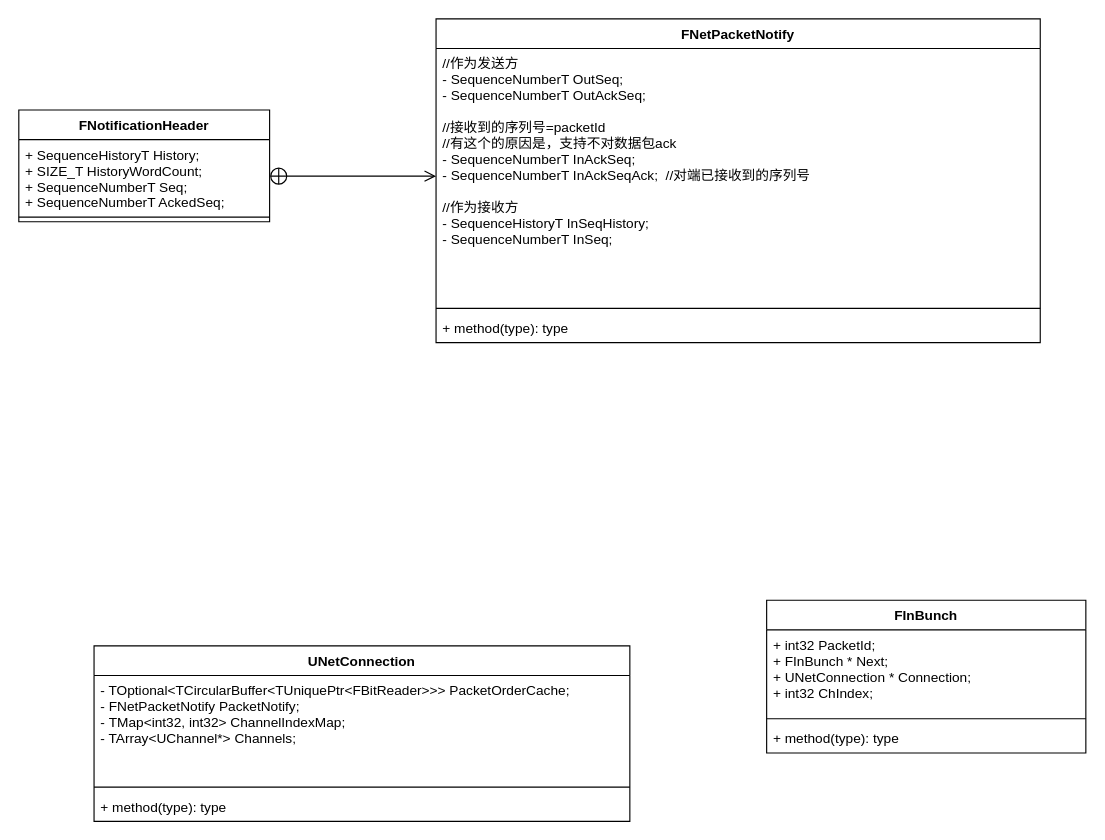
The draw.io diagram page "第 1 页" (1 of 3) of UE4Networking.drawio in jialin0x7c9/UE4NetworkingGraph, before the edit. Source tidied: cells renumbered, new cells numbered last; positions are measured from the earlier drawing's top-left corner, leaving out a move shared by most shapes. Both pictures are drawn from the tidied source at 114%, with x=0, y=0 at pixel (18, 18).
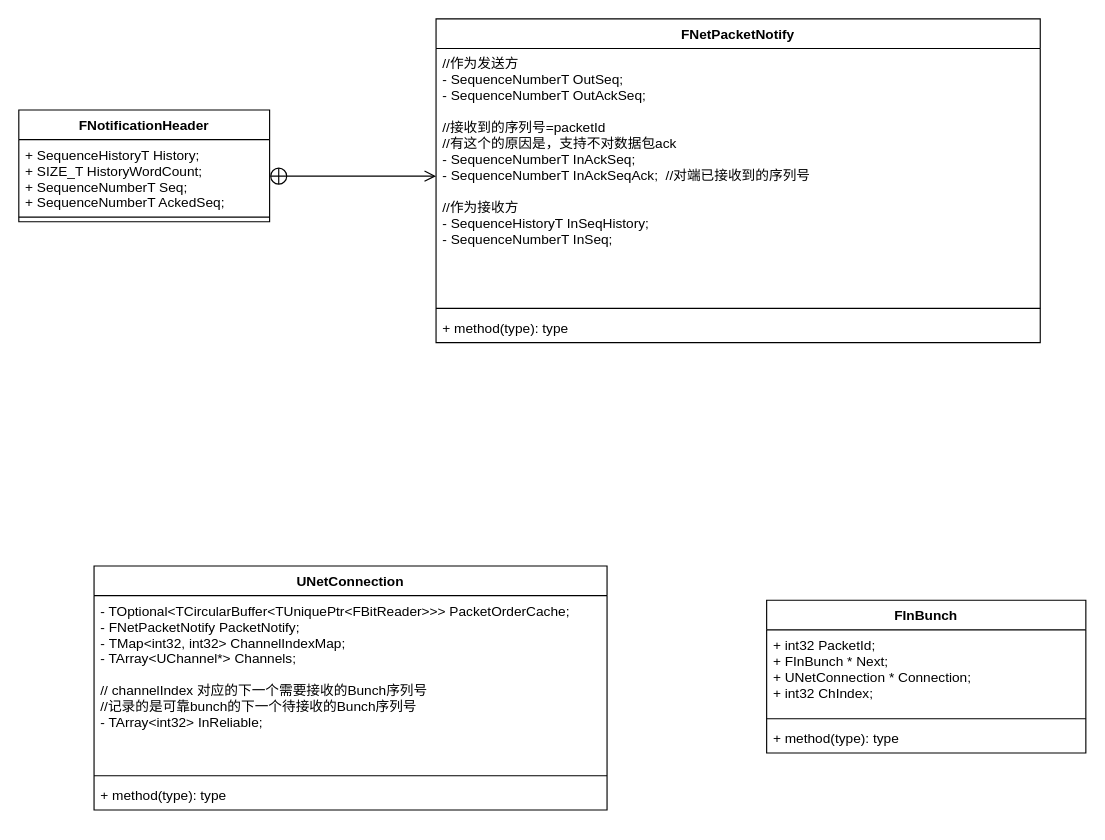
Above is the later version.

Change to the diagram source:
```diff
@@
 <mxGraphModel>
   <root>
     <mxCell id="0" />
     <mxCell id="1" parent="0" />
     <mxCell id="2" value="UNetConnection" style="swimlane;fontStyle=1;align=center;verticalAlign=top;horizontal=1;startSize=26;" parent="1" vertex="1">
-      <mxGeometry x="66" y="550" width="470" height="154" as="geometry" />
+      <mxGeometry x="66" y="480" width="450" height="214" as="geometry" />
     </mxCell>
-    <mxCell id="3" value="- TOptional&lt;TCircularBuffer&lt;TUniquePtr&lt;FBitReader&gt;&gt;&gt; PacketOrderCache;&#10;- FNetPacketNotify PacketNotify;&#10;- TMap&lt;int32, int32&gt; ChannelIndexMap;&#10;- TArray&lt;UChannel*&gt; Channels;" style="text;strokeColor=none;fillColor=none;align=left;verticalAlign=top;spacingLeft=4;spacingRight=4;overflow=hidden;" parent="2" vertex="1">
-      <mxGeometry y="26" width="470" height="94" as="geometry" />
+    <mxCell id="3" value="- TOptional&lt;TCircularBuffer&lt;TUniquePtr&lt;FBitReader&gt;&gt;&gt; PacketOrderCache;&#10;- FNetPacketNotify PacketNotify;&#10;- TMap&lt;int32, int32&gt; ChannelIndexMap;&#10;- TArray&lt;UChannel*&gt; Channels;&#10;&#10;// channelIndex 对应的下一个需要接收的Bunch序列号&#10;//记录的是可靠bunch的下一个待接收的Bunch序列号&#10;- TArray&lt;int32&gt;  InReliable;  &#10;" style="text;strokeColor=none;fillColor=none;align=left;verticalAlign=top;spacingLeft=4;spacingRight=4;overflow=hidden;" parent="2" vertex="1">
+      <mxGeometry y="26" width="450" height="154" as="geometry" />
     </mxCell>
     <mxCell id="4" style="line;strokeWidth=1;fillColor=none;align=left;verticalAlign=middle;spacingTop=-1;spacingLeft=3;spacingRight=3;labelPosition=right;" parent="2" vertex="1">
-      <mxGeometry y="120" width="470" height="8" as="geometry" />
+      <mxGeometry y="180" width="450" height="8" as="geometry" />
     </mxCell>
     <mxCell id="5" value="+ method(type): type" style="text;strokeColor=none;fillColor=none;align=left;verticalAlign=top;spacingLeft=4;spacingRight=4;overflow=hidden;" parent="2" vertex="1">
-      <mxGeometry y="128" width="470" height="26" as="geometry" />
+      <mxGeometry y="188" width="450" height="26" as="geometry" />
     </mxCell>
     <mxCell id="6" value="FInBunch" style="swimlane;fontStyle=1;align=center;verticalAlign=top;horizontal=1;startSize=26;" parent="1" vertex="1">
       <mxGeometry x="656" y="510" width="280" height="134" as="geometry" />
     </mxCell>
     <mxCell id="7" value="+ int32    PacketId;&#10;+ FInBunch *   Next;&#10;+ UNetConnection * Connection;&#10;+ int32    ChIndex;" style="text;strokeColor=none;fillColor=none;align=left;verticalAlign=top;spacingLeft=4;spacingRight=4;overflow=hidden;" parent="6" vertex="1">
       <mxGeometry y="26" width="280" height="74" as="geometry" />
     </mxCell>
     <mxCell id="8" style="line;strokeWidth=1;fillColor=none;align=left;verticalAlign=middle;spacingTop=-1;spacingLeft=3;spacingRight=3;labelPosition=right;" parent="6" vertex="1">
       <mxGeometry y="100" width="280" height="8" as="geometry" />
     </mxCell>
     <mxCell id="9" value="+ method(type): type" style="text;strokeColor=none;fillColor=none;align=left;verticalAlign=top;spacingLeft=4;spacingRight=4;overflow=hidden;" parent="6" vertex="1">
       <mxGeometry y="108" width="280" height="26" as="geometry" />
     </mxCell>
     <mxCell id="10" value="FNetPacketNotify" style="swimlane;fontStyle=1;align=center;verticalAlign=top;horizontal=1;startSize=26;" parent="1" vertex="1">
       <mxGeometry x="366" width="530" height="284" as="geometry" />
     </mxCell>
     <mxCell id="11" value="//作为发送方&#10;- SequenceNumberT OutSeq;&#10;- SequenceNumberT OutAckSeq;&#10; &#10;//接收到的序列号=packetId&#10;//有这个的原因是，支持不对数据包ack&#10;- SequenceNumberT InAckSeq; &#10;- SequenceNumberT InAckSeqAck;  //对端已接收到的序列号&#10;&#10;//作为接收方&#10;- SequenceHistoryT InSeqHistory;&#10;- SequenceNumberT InSeq;&#10;&#10; " style="text;strokeColor=none;fillColor=none;align=left;verticalAlign=top;spacingLeft=4;spacingRight=4;overflow=hidden;points=[[0,0.5],[1,0.5]];portConstraint=eastwest;" parent="10" vertex="1">
       <mxGeometry y="26" width="530" height="224" as="geometry" />
     </mxCell>
     <mxCell id="12" style="line;strokeWidth=1;fillColor=none;align=left;verticalAlign=middle;spacingTop=-1;spacingLeft=3;spacingRight=3;labelPosition=right;" parent="10" vertex="1">
       <mxGeometry y="250" width="530" height="8" as="geometry" />
     </mxCell>
     <mxCell id="13" value="+ method(type): type" style="text;strokeColor=none;fillColor=none;align=left;verticalAlign=top;spacingLeft=4;spacingRight=4;overflow=hidden;" parent="10" vertex="1">
       <mxGeometry y="258" width="530" height="26" as="geometry" />
     </mxCell>
     <mxCell id="14" style="endArrow=open;startArrow=circlePlus;endFill=0;startFill=0;endSize=8;html=1;exitX=1;exitY=0.5;exitDx=0;exitDy=0;entryX=0;entryY=0.5;entryDx=0;entryDy=0;" parent="1" edge="1" source="16" target="11">
       <mxGeometry relative="1" as="geometry" />
     </mxCell>
     <mxCell id="15" value="FNotificationHeader" style="swimlane;fontStyle=1;align=center;verticalAlign=top;horizontal=1;startSize=26;" parent="1" vertex="1">
       <mxGeometry y="80" width="220" height="98" as="geometry" />
     </mxCell>
     <mxCell id="16" value="+ SequenceHistoryT History;&#10;+ SIZE_T HistoryWordCount;&#10;+ SequenceNumberT Seq;&#10;+ SequenceNumberT AckedSeq;" style="text;strokeColor=none;fillColor=none;align=left;verticalAlign=top;spacingLeft=4;spacingRight=4;overflow=hidden;points=[[0,0.5],[1,0.5]];portConstraint=eastwest;" parent="15" vertex="1">
       <mxGeometry y="26" width="220" height="64" as="geometry" />
     </mxCell>
     <mxCell id="17" style="line;strokeWidth=1;fillColor=none;align=left;verticalAlign=middle;spacingTop=-1;spacingLeft=3;spacingRight=3;labelPosition=right;" parent="15" vertex="1">
       <mxGeometry y="90" width="220" height="8" as="geometry" />
     </mxCell>
   </root>
 </mxGraphModel>
```
